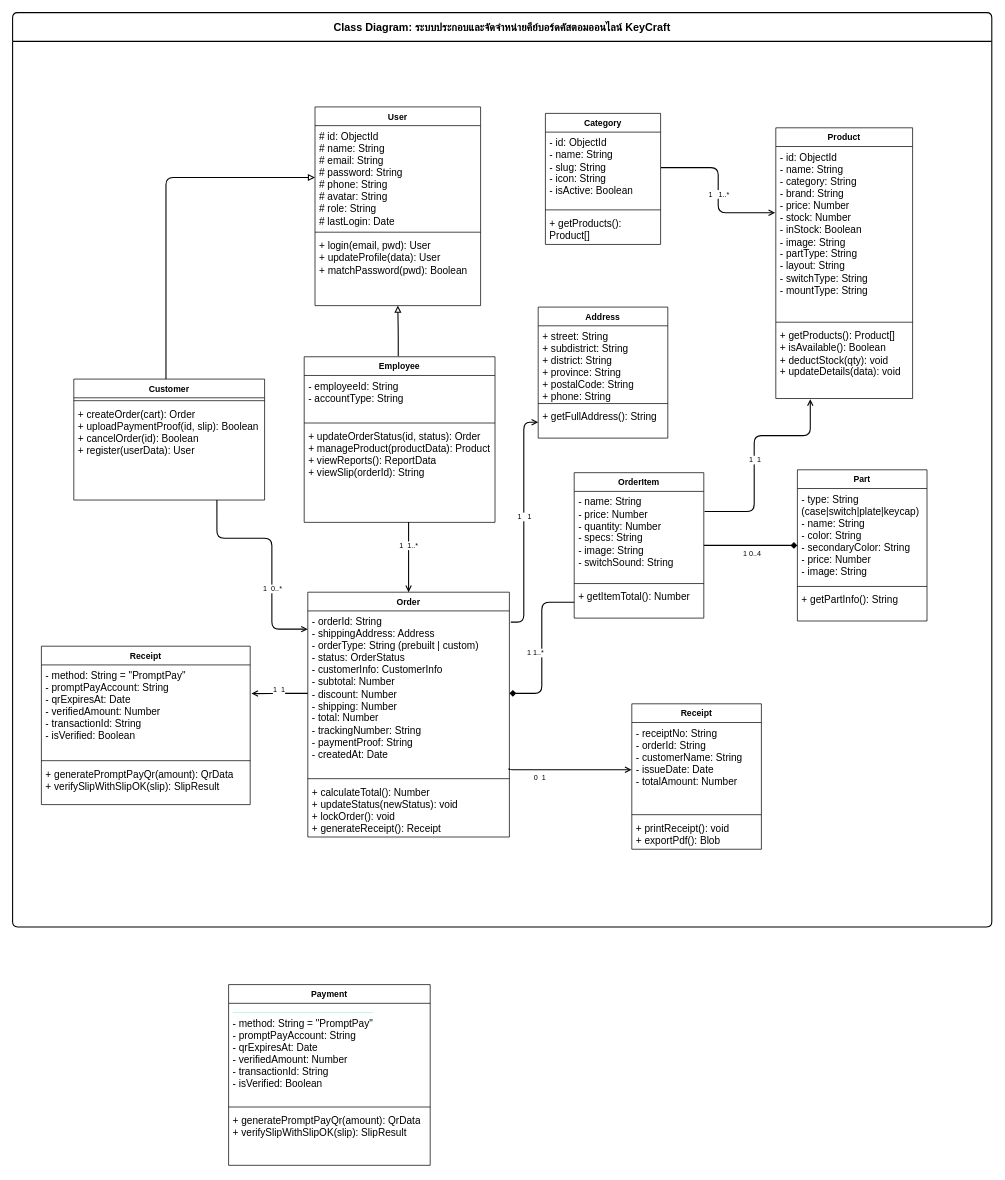
Before: Diagram/ClassDiagram.drawio in Natthapong-boy/Custom-Keyboard-WebApp, a draw.io diagram. Source tidied: cells renumbered, new cells numbered last; positions are measured from the earlier drawing's top-left corner, leaving out a move shared by most shapes. Both pictures are drawn from the tidied source at 72%, with x=0, y=0 at pixel (12, 12).
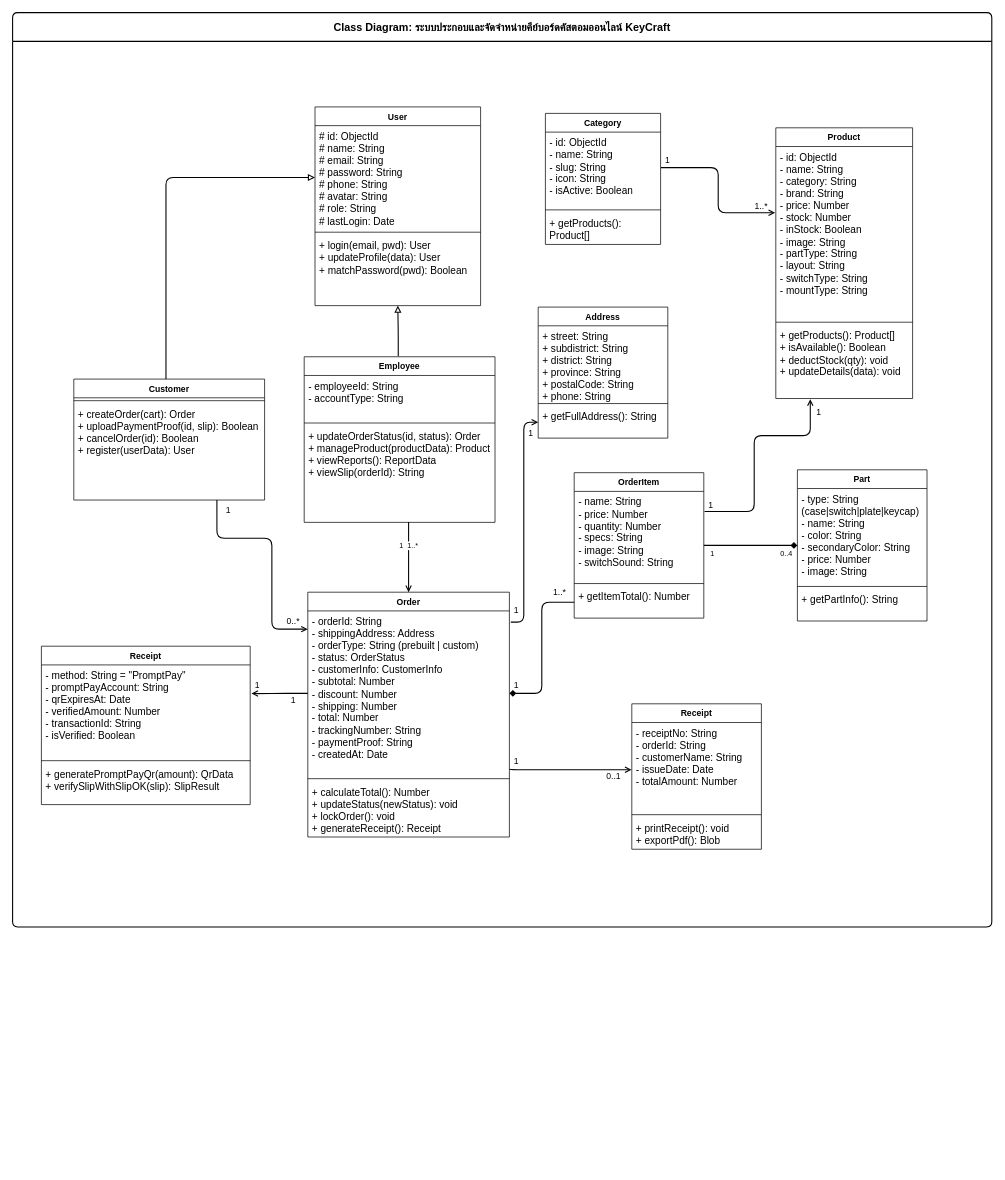
After the change.

Commit message (it also covers changes not shown here):
แก้ class Diagram Usecase Diagram

The change refers to these unchanged cells:
```xml
<mxCell id="2" value="Class Diagram: ระบบประกอบและจัดจำหน่ายคีย์บอร์ดคัสตอมออนไลน์ KeyCraft" style="swimlane;startSize=40;fontStyle=1;fontSize=15;strokeWidth=1.5;rounded=1;arcSize=6;" parent="1" vertex="1">
  <mxGeometry width="1360" height="1270" as="geometry" />
</mxCell>
<mxCell id="5" style="edgeStyle=orthogonalEdgeStyle;rounded=1;html=1;strokeWidth=1.5;endArrow=open;entryX=-0.005;entryY=0.383;entryDx=0;entryDy=0;exitX=1.003;exitY=0.474;exitDx=0;exitDy=0;exitPerimeter=0;entryPerimeter=0;" parent="2" edge="1" source="26" target="30">
  <mxGeometry relative="1" as="geometry" />
</mxCell>
<mxCell id="7" style="edgeStyle=orthogonalEdgeStyle;rounded=1;html=1;strokeWidth=1.5;endArrow=open;exitX=0.75;exitY=1;exitDx=0;exitDy=0;" parent="2" edge="1" source="33" target="47">
  <mxGeometry x="-0.14" relative="1" as="geometry">
    <Array as="points">
      <mxPoint x="283.8" y="730" />
      <mxPoint x="360.1" y="730" />
      <mxPoint x="360.1" y="856.3" />
    </Array>
  </mxGeometry>
</mxCell>
<mxCell id="11" style="edgeStyle=orthogonalEdgeStyle;rounded=1;html=1;strokeWidth=1.5;endArrow=diamond;endFill=1;exitX=0;exitY=0.5;exitDx=0;exitDy=0;entryX=1;entryY=0.5;entryDx=0;entryDy=0;" parent="2" edge="1" source="53" target="47">
  <mxGeometry relative="1" as="geometry" />
</mxCell>
<mxCell id="13" style="edgeStyle=orthogonalEdgeStyle;rounded=1;html=1;strokeWidth=1.5;endArrow=open;entryX=0.252;entryY=1.009;entryDx=0;entryDy=0;exitX=1.006;exitY=0.226;exitDx=0;exitDy=0;entryPerimeter=0;exitPerimeter=0;" parent="2" edge="1" source="51" target="32">
  <mxGeometry x="0.02" relative="1" as="geometry">
    <Array as="points">
      <mxPoint x="1030" y="693" />
      <mxPoint x="1030" y="587.5" />
      <mxPoint x="1107.9" y="587.5" />
    </Array>
  </mxGeometry>
</mxCell>
<mxCell id="15" style="edgeStyle=orthogonalEdgeStyle;rounded=1;html=1;strokeWidth=1.5;endArrow=diamond;endFill=1;entryX=0;entryY=0.5;entryDx=0;entryDy=0;exitX=1;exitY=0.5;exitDx=0;exitDy=0;" parent="2" edge="1" source="50" target="54">
  <mxGeometry x="-0.04" relative="1" as="geometry" />
</mxCell>
<mxCell id="19" style="edgeStyle=orthogonalEdgeStyle;rounded=1;html=1;strokeWidth=1.5;endArrow=open;entryX=0;entryY=0.5;entryDx=0;entryDy=0;exitX=1.007;exitY=0.068;exitDx=0;exitDy=0;exitPerimeter=0;" parent="2" edge="1" source="47" target="43">
  <mxGeometry relative="1" as="geometry" />
</mxCell>
<mxCell id="44" style="edgeStyle=orthogonalEdgeStyle;rounded=1;html=1;strokeWidth=1.5;endArrow=open;entryX=1.006;entryY=0.309;entryDx=0;entryDy=0;exitX=0;exitY=0.5;exitDx=0;exitDy=0;entryPerimeter=0;" parent="2" edge="1" source="47" target="63">
  <mxGeometry x="0.64" relative="1" as="geometry" />
</mxCell>
<mxCell id="47" value="&lt;font style=&quot;font-size: 14px;&quot;&gt;- orderId: String&lt;/font&gt;&lt;div&gt;&lt;font style=&quot;font-size: 14px;&quot;&gt;- shippingAddress: Address&lt;br&gt;- orderType: String (prebuilt | custom)&lt;br&gt;- status: OrderStatus&lt;br&gt;- customerInfo: CustomerInfo&lt;br&gt;- subtotal: Number&lt;br&gt;- discount: Number&lt;br&gt;- shipping: Number&lt;br&gt;- total: Number&lt;br&gt;- trackingNumber: String&lt;br&gt;- paymentProof: String&lt;br&gt;- createdAt: Date&lt;/font&gt;&lt;/div&gt;" style="text;strokeColor=none;fillColor=none;align=left;verticalAlign=top;spacingLeft=4;spacingRight=4;overflow=hidden;points=[[0,0.5],[1,0.5]];portConstraint=eastwest;whiteSpace=wrap;html=1;" parent="46" vertex="1">
  <mxGeometry y="26" width="280" height="229" as="geometry" />
</mxCell>
<mxCell id="59" value="&lt;font style=&quot;font-size: 14px;&quot;&gt;- receiptNo: String&lt;br&gt;- orderId: String&lt;br&gt;- customerName: String&lt;br&gt;- issueDate: Date&lt;br&gt;- totalAmount: Number&lt;/font&gt;" style="text;strokeColor=none;fillColor=none;align=left;verticalAlign=top;spacingLeft=4;spacingRight=4;overflow=hidden;points=[[0,0.5],[1,0.5]];portConstraint=eastwest;whiteSpace=wrap;html=1;" parent="58" vertex="1">
  <mxGeometry y="26" width="180" height="124" as="geometry" />
</mxCell>
```

The edit, as a diff of the source:
```diff
@@
-    <mxCell id="6" value="1&amp;nbsp; &amp;nbsp;1..*" style="edgeLabel;html=1;align=center;verticalAlign=middle;fontSize=10;" parent="5" vertex="1">
-      <mxGeometry x="0.05" y="-10" relative="1" as="geometry">
-        <mxPoint x="10" as="offset" />
-      </mxGeometry>
-    </mxCell>
@@
-    <mxCell id="8" value="1&amp;nbsp; 0..*" style="edgeLabel;html=1;align=center;verticalAlign=middle;fontSize=10;" parent="7" vertex="1">
-      <mxGeometry x="-0.07" y="-10" relative="1" as="geometry">
-        <mxPoint x="10" y="57" as="offset" />
-      </mxGeometry>
-    </mxCell>
@@
-    <mxCell id="12" value="1          1..*" style="edgeLabel;html=1;align=center;verticalAlign=middle;fontSize=10;" parent="11" vertex="1">
-      <mxGeometry x="0.05" y="-10" relative="1" as="geometry" />
-    </mxCell>
@@
-    <mxCell id="14" value="1&amp;nbsp; 1" style="edgeLabel;html=1;align=center;verticalAlign=middle;fontSize=10;" parent="13" vertex="1">
-      <mxGeometry x="-0.07" y="-10" relative="1" as="geometry">
-        <mxPoint x="-10" as="offset" />
-      </mxGeometry>
-    </mxCell>
@@
-    <mxCell id="16" value="1            0..4" style="edgeLabel;html=1;align=center;verticalAlign=middle;fontSize=10;" parent="15" vertex="1">
-      <mxGeometry x="0.01" y="-10" relative="1" as="geometry" />
+    <mxCell id="16" value="1&amp;nbsp; &amp;nbsp; &amp;nbsp; &amp;nbsp; &amp;nbsp; &amp;nbsp; &amp;nbsp; &amp;nbsp; &amp;nbsp; &amp;nbsp; &amp;nbsp; &amp;nbsp; &amp;nbsp; &amp;nbsp; &amp;nbsp; &amp;nbsp; &amp;nbsp;0..4" style="edgeLabel;html=1;align=center;verticalAlign=middle;fontSize=10;" parent="15" vertex="1">
+      <mxGeometry x="0.01" y="-10" relative="1" as="geometry">
+        <mxPoint x="-1" as="offset" />
+      </mxGeometry>
     </mxCell>
     <mxCell id="17" style="edgeStyle=orthogonalEdgeStyle;rounded=1;html=1;strokeWidth=1.5;endArrow=open;exitX=1.002;exitY=0.958;exitDx=0;exitDy=0;exitPerimeter=0;entryX=-0.002;entryY=0.529;entryDx=0;entryDy=0;entryPerimeter=0;" parent="2" edge="1" source="47" target="59">
-      <mxGeometry x="-0.64" relative="1" as="geometry">
+      <mxGeometry x="-0.67" relative="1" as="geometry">
         <Array as="points">
-          <mxPoint x="689.2" y="1050.4" />
-          <mxPoint x="689.2" y="1051.6" />
+          <mxPoint x="690.6" y="1051.6" />
         </Array>
       </mxGeometry>
     </mxCell>
-    <mxCell id="18" value="0&amp;nbsp; 1" style="edgeLabel;html=1;align=center;verticalAlign=middle;fontSize=10;" parent="17" vertex="1">
-      <mxGeometry x="-0.48" y="-10" relative="1" as="geometry" />
-    </mxCell>
@@
-    <mxCell id="20" value="1&amp;nbsp; &amp;nbsp;1" style="edgeLabel;html=1;align=center;verticalAlign=middle;fontSize=10;" parent="19" vertex="1">
-      <mxGeometry x="0.1" y="-10" relative="1" as="geometry">
-        <mxPoint x="-10" y="9" as="offset" />
-      </mxGeometry>
-    </mxCell>
@@
-    <mxCell id="45" value="1&amp;nbsp; 1" style="edgeLabel;html=1;align=center;verticalAlign=middle;fontSize=10;" parent="44" vertex="1">
-      <mxGeometry x="0.72" y="-10" relative="1" as="geometry">
-        <mxPoint x="27" y="4" as="offset" />
-      </mxGeometry>
-    </mxCell>
@@
-    <mxCell id="66" value="Payment" style="swimlane;fontStyle=1;align=center;verticalAlign=top;horizontal=1;startSize=26;whiteSpace=wrap;html=1;" parent="1" vertex="1">
-      <mxGeometry x="300" y="1350" width="280" height="251" as="geometry" />
-    </mxCell>
-    <mxCell id="67" value="&lt;hr style=&quot;border-width: 1px medium medium; border-style: solid none none; border-color: rgb(167, 243, 208) currentcolor currentcolor; border-image: none; margin: 6px 0px;&quot;&gt;&lt;font style=&quot;font-size: 14px;&quot;&gt;- method: String = &quot;PromptPay&quot;&lt;br&gt;- promptPayAccount: String&lt;br&gt;- qrExpiresAt: Date&lt;br&gt;- verifiedAmount: Number&lt;br&gt;- transactionId: String&lt;br&gt;- isVerified: Boolean&lt;/font&gt;" style="text;align=left;verticalAlign=top;spacingLeft=4;spacingRight=4;overflow=hidden;whiteSpace=wrap;html=1;strokeWidth=1;strokeColor=none;" parent="66" vertex="1">
-      <mxGeometry y="26" width="280" height="140" as="geometry" />
-    </mxCell>
-    <mxCell id="68" style="line;strokeWidth=1;align=left;verticalAlign=middle;spacingTop=-1;spacingLeft=3;spacingRight=3;labelPosition=right;" parent="66" vertex="1">
-      <mxGeometry y="166" width="280" height="8" as="geometry" />
-    </mxCell>
-    <mxCell id="69" value="&lt;font style=&quot;font-size: 14px;&quot;&gt;+ generatePromptPayQr(amount): QrData&lt;br&gt;+ verifySlipWithSlipOK(slip): SlipResult&lt;/font&gt;" style="text;align=left;verticalAlign=top;spacingLeft=4;spacingRight=4;overflow=hidden;whiteSpace=wrap;html=1;" parent="66" vertex="1">
-      <mxGeometry y="174" width="280" height="77" as="geometry" />
-    </mxCell>
+    <mxCell id="70" value="1" style="text;html=1;whiteSpace=wrap;strokeColor=none;fillColor=none;align=center;verticalAlign=middle;rounded=0;" parent="2" vertex="1">
+      <mxGeometry x="670" y="920" width="60" height="30" as="geometry" />
+    </mxCell>
+    <mxCell id="71" value="1..*" style="text;html=1;whiteSpace=wrap;strokeColor=none;fillColor=none;align=center;verticalAlign=middle;rounded=0;" parent="2" vertex="1">
+      <mxGeometry x="730" y="790" width="60" height="30" as="geometry" />
+    </mxCell>
+    <mxCell id="72" value="1" style="text;html=1;whiteSpace=wrap;strokeColor=none;fillColor=none;align=center;verticalAlign=middle;rounded=0;" parent="2" vertex="1">
+      <mxGeometry x="670" y="815" width="60" height="30" as="geometry" />
+    </mxCell>
+    <mxCell id="73" value="1" style="text;html=1;whiteSpace=wrap;strokeColor=none;fillColor=none;align=center;verticalAlign=middle;rounded=0;" parent="2" vertex="1">
+      <mxGeometry x="690" y="570" width="60" height="30" as="geometry" />
+    </mxCell>
+    <mxCell id="74" value="0..1" style="text;html=1;whiteSpace=wrap;strokeColor=none;fillColor=none;align=center;verticalAlign=middle;rounded=0;" parent="2" vertex="1">
+      <mxGeometry x="810" y="1051" width="50" height="20" as="geometry" />
+    </mxCell>
+    <mxCell id="75" value="1" style="text;html=1;whiteSpace=wrap;strokeColor=none;fillColor=none;align=center;verticalAlign=middle;rounded=0;" parent="2" vertex="1">
+      <mxGeometry x="670" y="1025" width="60" height="30" as="geometry" />
+    </mxCell>
+    <mxCell id="76" value="1" style="text;html=1;whiteSpace=wrap;strokeColor=none;fillColor=none;align=center;verticalAlign=middle;rounded=0;" parent="2" vertex="1">
+      <mxGeometry x="310" y="920" width="60" height="30" as="geometry" />
+    </mxCell>
+    <mxCell id="77" value="1" style="text;html=1;whiteSpace=wrap;strokeColor=none;fillColor=none;align=center;verticalAlign=middle;rounded=0;" parent="2" vertex="1">
+      <mxGeometry x="270" y="677" width="60" height="30" as="geometry" />
+    </mxCell>
+    <mxCell id="78" value="0..*" style="text;html=1;whiteSpace=wrap;strokeColor=none;fillColor=none;align=center;verticalAlign=middle;rounded=0;" parent="2" vertex="1">
+      <mxGeometry x="360" y="830" width="60" height="30" as="geometry" />
+    </mxCell>
+    <mxCell id="79" value="1" style="text;html=1;whiteSpace=wrap;strokeColor=none;fillColor=none;align=center;verticalAlign=middle;rounded=0;" parent="2" vertex="1">
+      <mxGeometry x="940" y="670" width="60" height="30" as="geometry" />
+    </mxCell>
+    <mxCell id="80" value="1" style="text;html=1;whiteSpace=wrap;strokeColor=none;fillColor=none;align=center;verticalAlign=middle;rounded=0;" parent="2" vertex="1">
+      <mxGeometry x="1090" y="540" width="60" height="30" as="geometry" />
+    </mxCell>
+    <mxCell id="81" value="1" style="text;html=1;whiteSpace=wrap;strokeColor=none;fillColor=none;align=center;verticalAlign=middle;rounded=0;" parent="2" vertex="1">
+      <mxGeometry x="880" y="190" width="60" height="30" as="geometry" />
+    </mxCell>
+    <mxCell id="82" value="1..*" style="text;html=1;whiteSpace=wrap;strokeColor=none;fillColor=none;align=center;verticalAlign=middle;rounded=0;" parent="2" vertex="1">
+      <mxGeometry x="1010" y="254" width="60" height="30" as="geometry" />
+    </mxCell>
+    <mxCell id="83" value="1" style="text;html=1;whiteSpace=wrap;strokeColor=none;fillColor=none;align=center;verticalAlign=middle;rounded=0;" parent="1" vertex="1">
+      <mxGeometry x="360" y="940" width="60" height="30" as="geometry" />
+    </mxCell>
```
